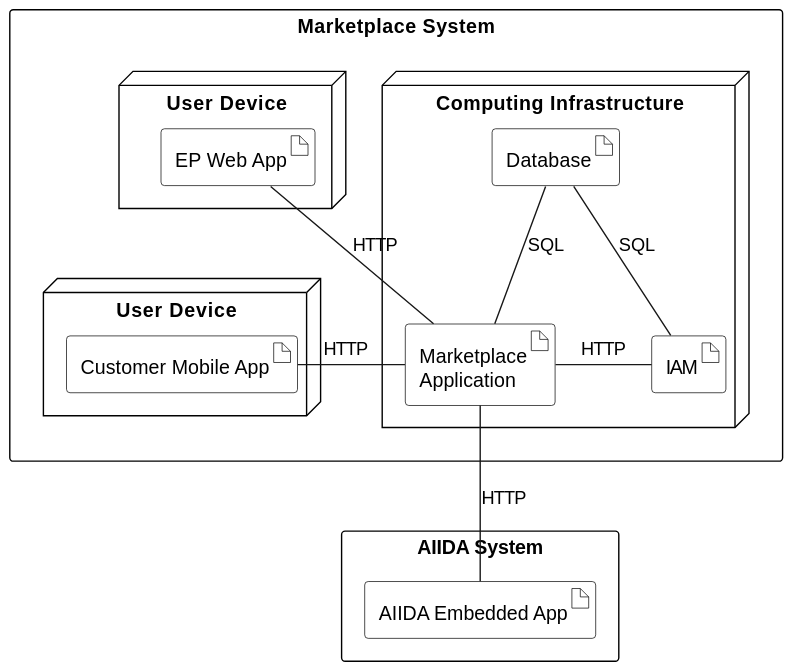
This is arc42/marketplace/deployment-view/figures/deployment-diagram-marketplace.svg from eddie-energy/architecture, a PlantUML export, as it was before one commit.
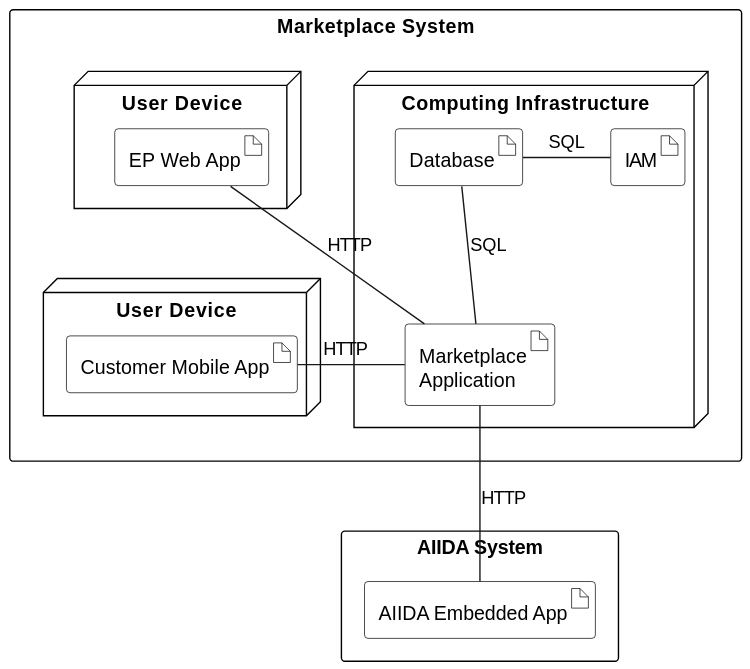
Above is the later version.

Commit message:
Work towards #82: Deployment View; Explained arrow IAM and DB. Removed arrow Marketplace and IAM.

The edit, as a diff of the source:
```diff
@@ -19,7 +19,6 @@
     artifact "IAM" as iam
 
     database -down- marketplace : SQL
-    marketplace -right- iam : HTTP
     database -right- iam : SQL
   }
 node "User Device" as cust {
```
